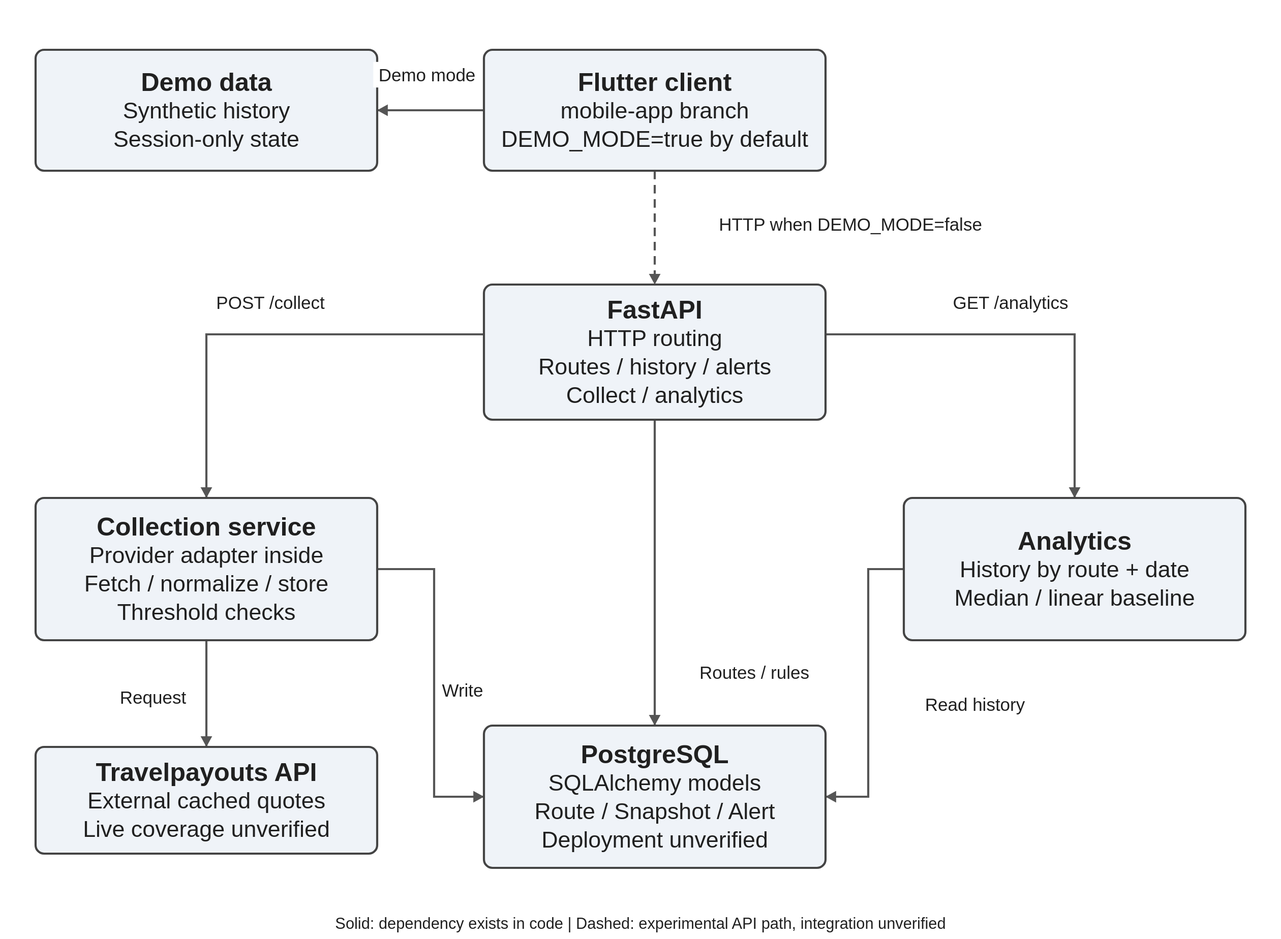
Before: docs/diagrams/components.svg, a diagram exported from PlantUML (Swoksaar0/airfare-monitoring-kz). Its source is kept beside it as docs/diagrams/components.puml.
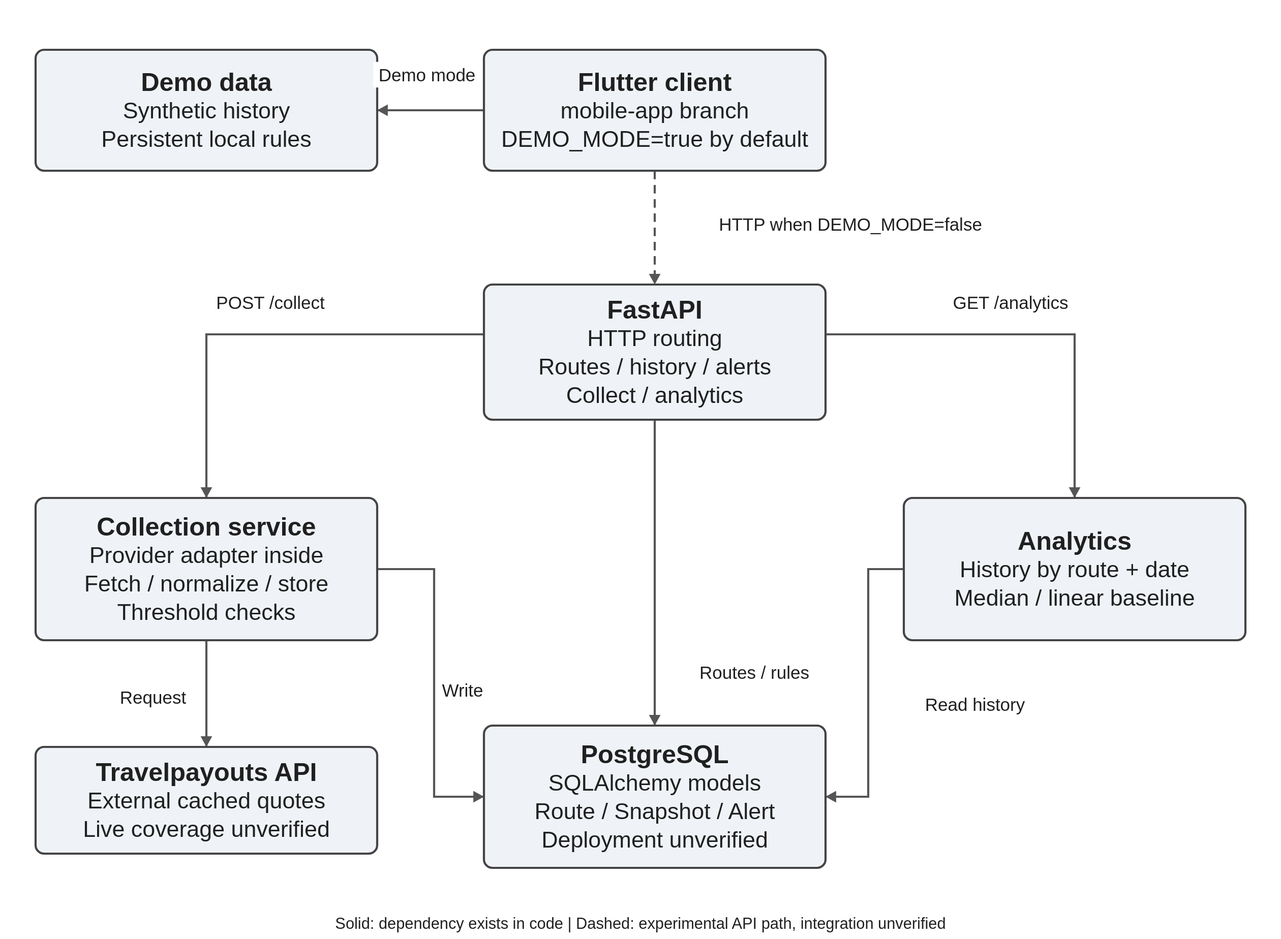
Above is the later version.

Diff of the diagram source:
```diff
@@ -4,7 +4,7 @@
 skinparam shadowing false
 skinparam defaultFontName Arial
 skinparam componentStyle rectangle
-component "Demo data\nSynthetic history\nSession-only state" as Fixture #EFF3F8
+component "Demo data\nSynthetic history\nPersistent local rules" as Fixture #EFF3F8
 component "Flutter client\nmobile-app branch\nDEMO_MODE=true by default" as Mobile #EFF3F8
 component "FastAPI\nHTTP routing\nRoutes / history / alerts\nCollect / analytics" as API #EFF3F8
 component "Collection service\nProvider adapter inside\nFetch / normalize / store\nThreshold checks" as Collector #EFF3F8
```
